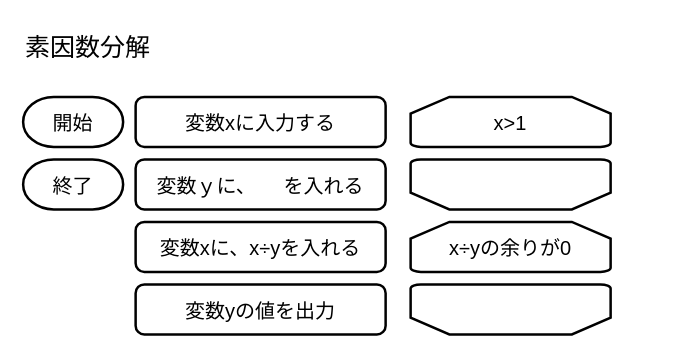
Repy/informatics-web keeps this draw.io diagram as flowchart/f5.drawio. Above is the earlier version. Source tidied: cells renumbered, new cells numbered last; positions are measured from the earlier drawing's top-left corner, leaving out a move shared by most shapes. Both pictures are drawn from the tidied source at 125%, with x=0, y=0 at pixel (22, 21).
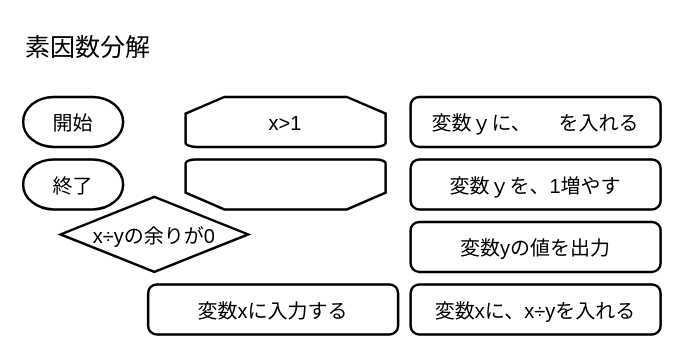
The same diagram, later.

Change to the diagram source:
```diff
@@
 <mxGraphModel>
   <root>
     <mxCell id="0" />
     <mxCell id="1" parent="0" />
     <mxCell id="2" value="開始" style="strokeWidth=2;shape=mxgraph.flowchart.terminator;fontSize=16;fontFamily=BIZ UDPGothic;" parent="1" vertex="1">
       <mxGeometry y="60" width="80" height="40" as="geometry" />
     </mxCell>
     <mxCell id="3" value="終了" style="strokeWidth=2;shape=mxgraph.flowchart.terminator;fontSize=16;fontFamily=BIZ UDPGothic;" parent="1" vertex="1">
       <mxGeometry y="110" width="80" height="40" as="geometry" />
     </mxCell>
     <mxCell id="4" value="変数xに入力する" style="rounded=1;absoluteArcSize=1;arcSize=14;strokeWidth=2;fontSize=16;fontFamily=BIZ UDPGothic;" parent="1" vertex="1">
-      <mxGeometry x="90" y="60" width="200" height="40" as="geometry" />
+      <mxGeometry x="100" y="210" width="200" height="40" as="geometry" />
     </mxCell>
     <mxCell id="5" value="素因数分解" style="text;html=1;strokeColor=none;fillColor=none;align=left;verticalAlign=middle;whiteSpace=wrap;rounded=0;fontSize=20;fontFamily=BIZ UDPGothic;" parent="1" vertex="1">
       <mxGeometry width="480" height="40" as="geometry" />
     </mxCell>
     <mxCell id="6" value="x&gt;1" style="strokeWidth=2;shape=mxgraph.flowchart.loop_limit;fontSize=16;fontFamily=BIZ UDPGothic;" parent="1" vertex="1">
-      <mxGeometry x="310" y="60" width="160" height="40" as="geometry" />
+      <mxGeometry x="130" y="60" width="160" height="40" as="geometry" />
     </mxCell>
     <mxCell id="7" style="strokeWidth=2;shape=mxgraph.flowchart.loop_limit;direction=west;fontSize=16;fontFamily=BIZ UDPGothic;" parent="1" vertex="1">
-      <mxGeometry x="310" y="110" width="160" height="40" as="geometry" />
+      <mxGeometry x="130" y="110" width="160" height="40" as="geometry" />
     </mxCell>
     <mxCell id="8" value="変数ｙに、     を入れる" style="rounded=1;absoluteArcSize=1;arcSize=14;strokeWidth=2;fontSize=16;fontFamily=BIZ UDPGothic;" parent="1" vertex="1">
-      <mxGeometry x="90" y="110" width="200" height="40" as="geometry" />
+      <mxGeometry x="310" y="60" width="200" height="40" as="geometry" />
     </mxCell>
     <mxCell id="9" value="変数xに、x÷yを入れる" style="rounded=1;absoluteArcSize=1;arcSize=14;strokeWidth=2;fontSize=16;fontFamily=BIZ UDPGothic;" parent="1" vertex="1">
-      <mxGeometry x="90" y="160" width="200" height="40" as="geometry" />
+      <mxGeometry x="310" y="210" width="200" height="40" as="geometry" />
     </mxCell>
     <mxCell id="10" value="変数yの値を出力" style="rounded=1;absoluteArcSize=1;arcSize=14;strokeWidth=2;fontSize=16;fontFamily=BIZ UDPGothic;" parent="1" vertex="1">
-      <mxGeometry x="90" y="210" width="200" height="40" as="geometry" />
+      <mxGeometry x="310" y="160" width="200" height="40" as="geometry" />
     </mxCell>
+    <mxCell id="13" value="変数ｙを、1増やす" style="rounded=1;absoluteArcSize=1;arcSize=14;strokeWidth=2;fontSize=16;fontFamily=BIZ UDPGothic;" parent="1" vertex="1">
+      <mxGeometry x="310" y="110" width="200" height="40" as="geometry" />
+    </mxCell>
-    <mxCell id="11" value="x÷yの余りが0" style="strokeWidth=2;shape=mxgraph.flowchart.loop_limit;fontSize=16;fontFamily=BIZ UDPGothic;" parent="1" vertex="1">
-      <mxGeometry x="310" y="160" width="160" height="40" as="geometry" />
+    <mxCell id="11" value="x÷yの余りが0" style="strokeWidth=2;shape=mxgraph.flowchart.decision;fontFamily=BIZ UDPGothic;fontSize=16;" parent="1" vertex="1">
+      <mxGeometry x="30" y="140" width="150" height="60" as="geometry" />
     </mxCell>
-    <mxCell id="12" style="strokeWidth=2;shape=mxgraph.flowchart.loop_limit;direction=west;fontSize=16;fontFamily=BIZ UDPGothic;" parent="1" vertex="1">
-      <mxGeometry x="310" y="210" width="160" height="40" as="geometry" />
-    </mxCell>
   </root>
 </mxGraphModel>
```
